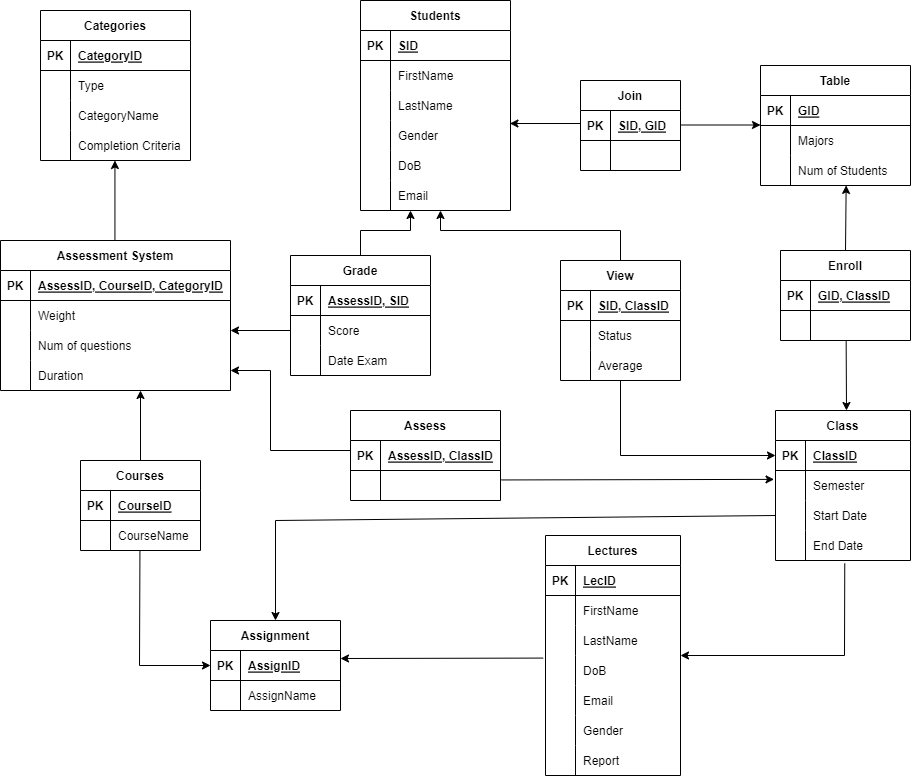
Above: Model Diagram.drawio.png in Vovietmanh/DBI202-MyAssignment (draw.io), before the change. Source tidied: cells renumbered, new cells last; positions are measured from the earlier drawing's top-left corner, leaving out a move shared by most shapes.
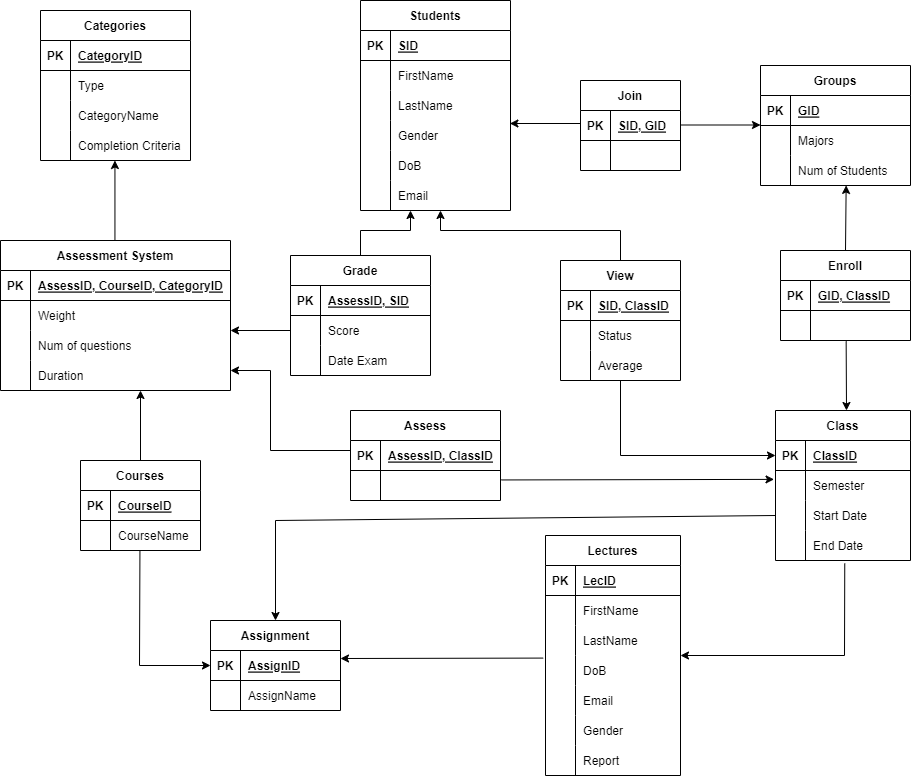
Above is the later version.

Diff of the diagram source:
```diff
@@ -91,7 +91,7 @@
         <mxPoint x="760" y="124.5" as="targetPoint" />
       </mxGeometry>
     </mxCell>
-    <mxCell id="30" value="Table" style="shape=table;startSize=30;rowLines=0;fontStyle=1;align=center;" parent="1" vertex="1">
+    <mxCell id="30" value="Groups" style="shape=table;startSize=30;rowLines=0;fontStyle=1;align=center;" parent="1" vertex="1">
       <mxGeometry x="760" y="65" width="150" height="120" as="geometry" />
     </mxCell>
     <mxCell id="31" style="shape=tableRow;horizontal=0;startSize=0;swimlaneHead=0;swimlaneBody=0;fillColor=none;top=0;left=0;right=0;bottom=1;" parent="30" vertex="1">
```
